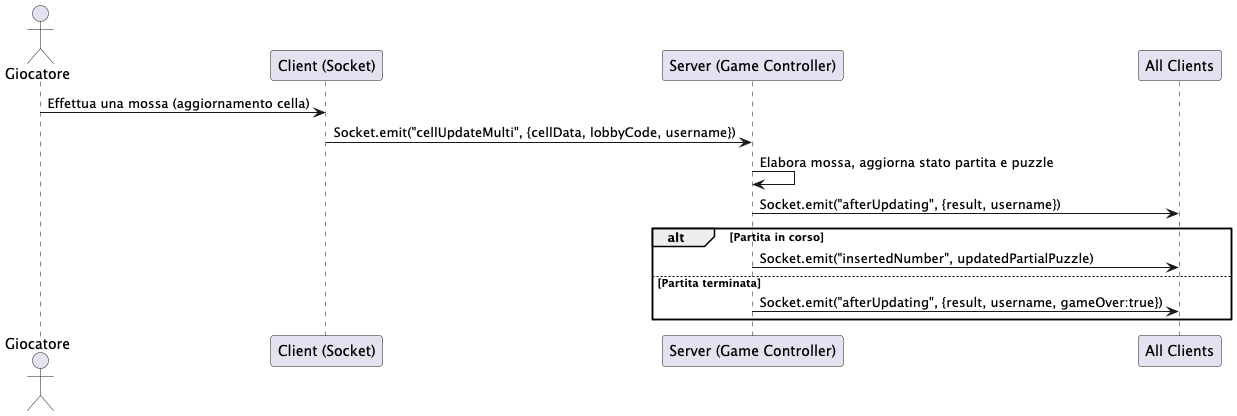
This is sudokoop/UMLs/esports/MultiplayerGameFlow.png from alexsiroli/Sudokoop, a PlantUML export, as it was before one commit. Its diagram source:
```plantuml
@startuml MultiplayerGameFlow
actor "Giocatore" as P
participant "Client (Socket)" as C
participant "Server (Game Controller)" as S
participant "All Clients" as AC

P -> C : Effettua una mossa (aggiornamento cella)
C -> S : Socket.emit("cellUpdateMulti", {cellData, lobbyCode, username})
S -> S : Elabora mossa, aggiorna stato partita e puzzle
S -> AC : Socket.emit("afterUpdating", {result, username})
alt Partita in corso
    S -> AC : Socket.emit("insertedNumber", updatedPartialPuzzle)
else Partita terminata
    S -> AC : Socket.emit("afterUpdating", {result, username, gameOver:true})
end
@enduml
```
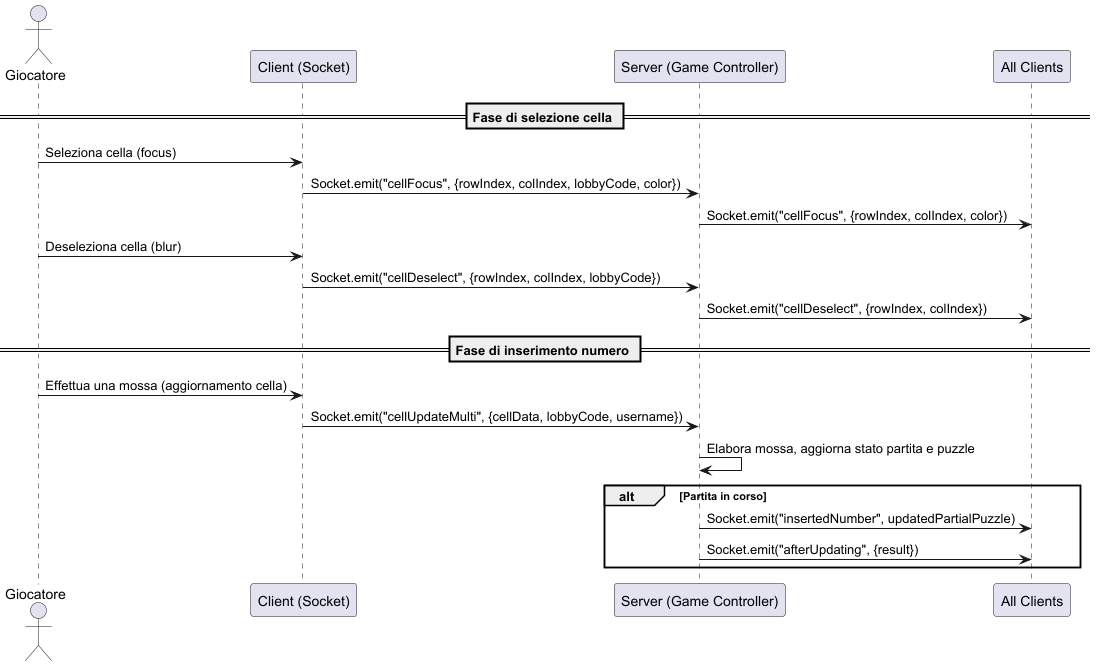
Above is the later version.

Commit message:
added and modified uml schema

The edit, as a diff of the source:
```diff
@@ -4,13 +4,22 @@
 participant "Server (Game Controller)" as S
 participant "All Clients" as AC
 
+== Fase di selezione cella ==
+P -> C : Seleziona cella (focus)
+C -> S : Socket.emit("cellFocus", {rowIndex, colIndex, lobbyCode, color})
+S -> AC : Socket.emit("cellFocus", {rowIndex, colIndex, color})
+
+P -> C : Deseleziona cella (blur)
+C -> S : Socket.emit("cellDeselect", {rowIndex, colIndex, lobbyCode})
+S -> AC : Socket.emit("cellDeselect", {rowIndex, colIndex})
+
+== Fase di inserimento numero ==
 P -> C : Effettua una mossa (aggiornamento cella)
 C -> S : Socket.emit("cellUpdateMulti", {cellData, lobbyCode, username})
 S -> S : Elabora mossa, aggiorna stato partita e puzzle
-S -> AC : Socket.emit("afterUpdating", {result, username})
+
 alt Partita in corso
     S -> AC : Socket.emit("insertedNumber", updatedPartialPuzzle)
-else Partita terminata
-    S -> AC : Socket.emit("afterUpdating", {result, username, gameOver:true})
+    S -> AC : Socket.emit("afterUpdating", {result})
 end
 @enduml
```
